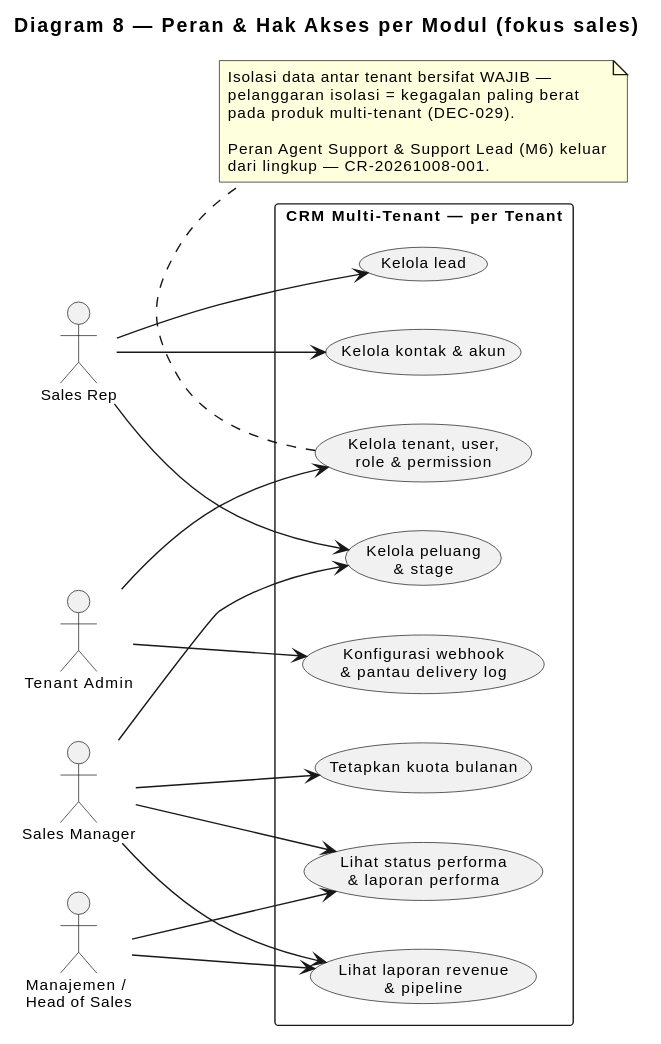
Before: knowledge/projects/bootcamp-crm/requirements/brd/diagrams/08-peran-akses.svg, a diagram exported from PlantUML (yudha-tlab/ai-os-knowledge).
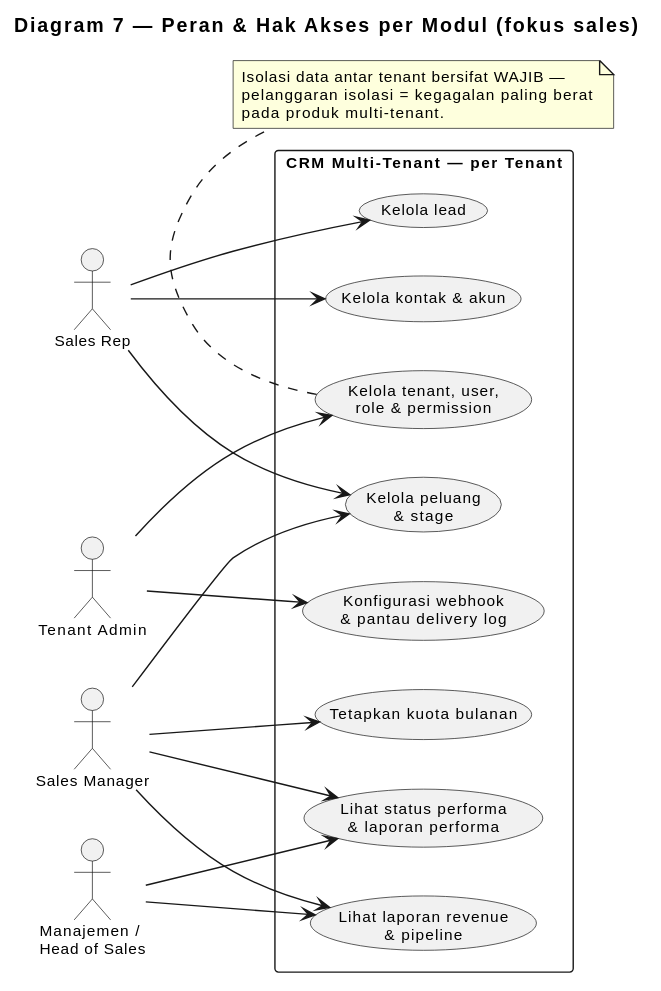
The same file after the commit.

Diff of the diagram source:
```diff
@@ -1,5 +1,5 @@
 @startuml
-title Diagram 8 — Peran & Hak Akses per Modul (fokus sales)
+title Diagram 7 — Peran & Hak Akses per Modul (fokus sales)
 
 skinparam shadowing false
 skinparam defaultFontSize 11
@@ -39,9 +39,6 @@
 note bottom of UC11
   Isolasi data antar tenant bersifat WAJIB —
   pelanggaran isolasi = kegagalan paling berat
-  pada produk multi-tenant (DEC-029).
-
-  Peran Agent Support & Support Lead (M6) keluar
-  dari lingkup — CR-20261008-001.
+  pada produk multi-tenant.
 end note
 @enduml
```
